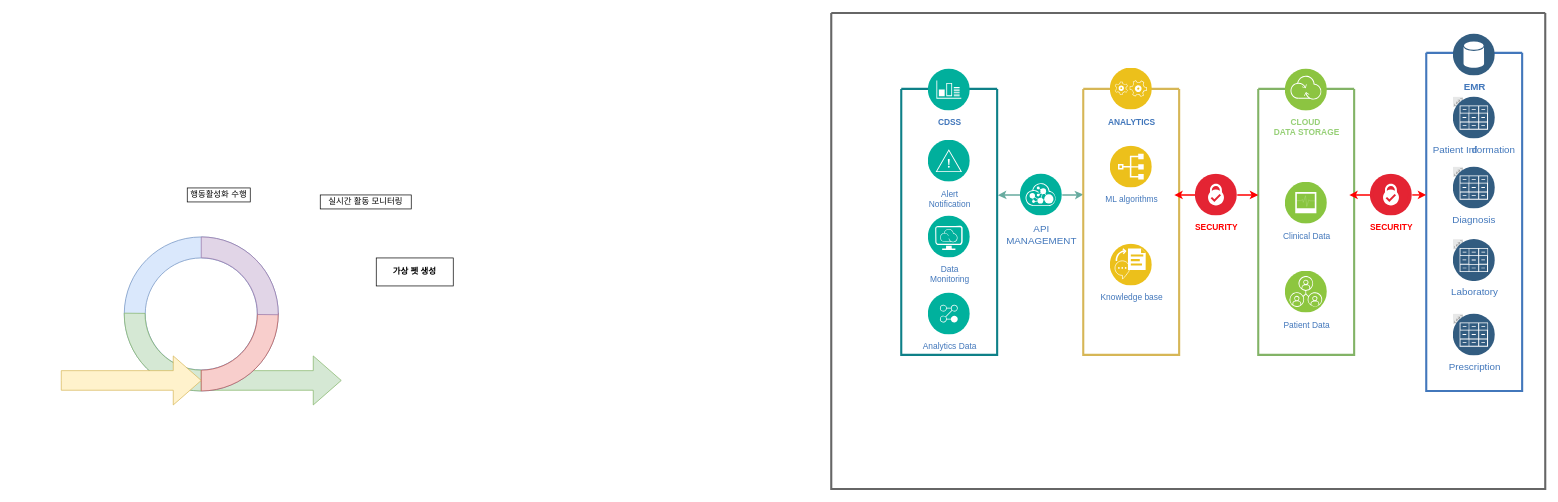
The draw.io diagram 제목 없는 다이어그램.drawio in menomik1011/testowl, before the edit. Source tidied: cells renumbered, new cells numbered last; positions are measured from the earlier drawing's top-left corner, leaving out a move shared by most shapes. Both pictures are drawn from the tidied source at 70%, with x=0, y=0 at pixel (61, 13).
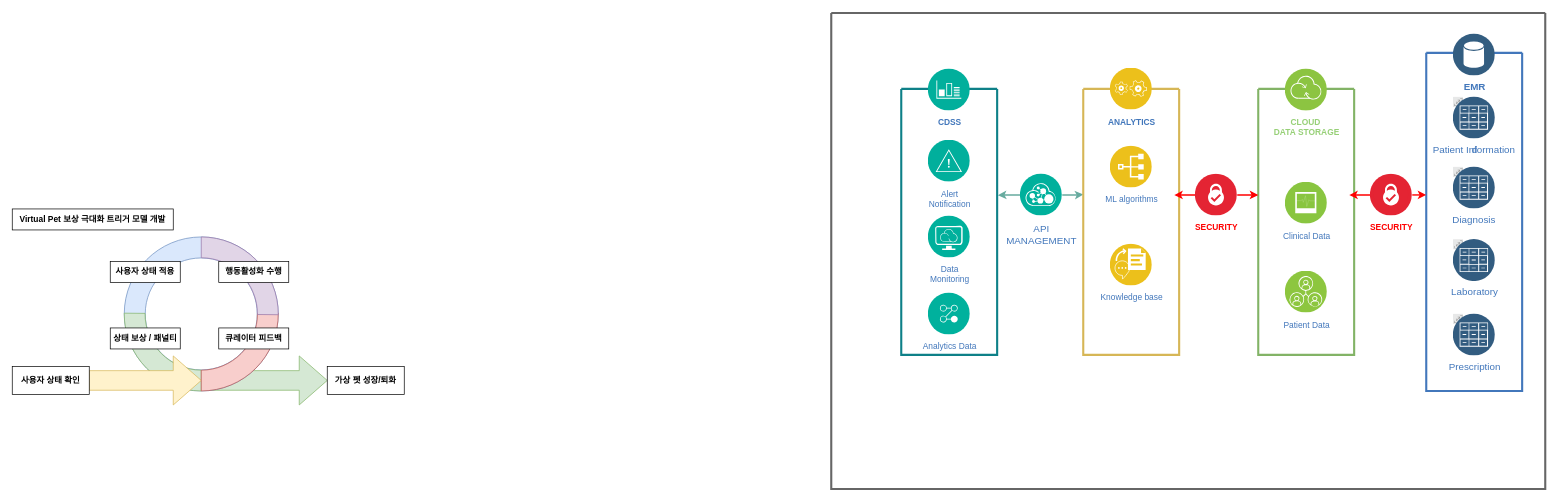
The same diagram, later.

Commit message:
제목 없는 다이어그램.drawio 업데이트

The edit, as a diff of the source:
```diff
@@
     <mxCell id="2" style="html=1;shadow=0;dashed=0;align=center;verticalAlign=middle;shape=mxgraph.arrows2.arrow;dy=0.6;dx=40;notch=0;fillColor=#d5e8d4;strokeColor=#82b366;" parent="1" vertex="1">
-      <mxGeometry x="200" y="490" width="200" height="70" as="geometry" />
+      <mxGeometry x="200" y="490" width="180" height="70" as="geometry" />
     </mxCell>
@@
     <mxCell id="42" style="html=1;shadow=0;dashed=0;align=center;verticalAlign=middle;shape=mxgraph.arrows2.arrow;dy=0.6;dx=40;notch=0;fillColor=#fff2cc;strokeColor=#d6b656;" parent="1" vertex="1">
-      <mxGeometry y="490" width="200" height="70" as="geometry" />
+      <mxGeometry x="40" y="490" width="160" height="70" as="geometry" />
     </mxCell>
@@
-    <mxCell id="44" value="행동활성화 수행" style="rounded=0;whiteSpace=wrap;html=1;" parent="1" vertex="1">
-      <mxGeometry x="180" y="250" width="90" height="20" as="geometry" />
+    <mxCell id="44" value="가상 펫 성장/퇴화" style="rounded=0;whiteSpace=wrap;html=1;fontStyle=1;" parent="1" vertex="1">
+      <mxGeometry x="380" y="505" width="110" height="40" as="geometry" />
     </mxCell>
-    <mxCell id="45" value="가상 펫 생성" style="rounded=0;whiteSpace=wrap;html=1;fontStyle=1;" parent="1" vertex="1">
-      <mxGeometry x="450" y="350" width="110" height="40" as="geometry" />
+    <mxCell id="45" value="사용자 상태 확인" style="rounded=0;whiteSpace=wrap;html=1;fontStyle=1;" parent="1" vertex="1">
+      <mxGeometry x="-70" y="505" width="110" height="40" as="geometry" />
     </mxCell>
-    <mxCell id="46" value="실시간 활동 모니터링" style="rounded=0;whiteSpace=wrap;html=1;" parent="1" vertex="1">
-      <mxGeometry x="370" y="260" width="130" height="20" as="geometry" />
-    </mxCell>
@@
+    <mxCell id="48" value="Virtual Pet 보상 극대화 트리거 모델 개발" style="rounded=0;whiteSpace=wrap;html=1;fontStyle=1;" parent="1" vertex="1">
+      <mxGeometry x="-70" y="280" width="230" height="30" as="geometry" />
+    </mxCell>
+    <mxCell id="49" value="큐레이터 피드백" style="rounded=0;whiteSpace=wrap;html=1;fontStyle=1;" parent="1" vertex="1">
+      <mxGeometry x="225" y="450" width="100" height="30" as="geometry" />
+    </mxCell>
+    <mxCell id="50" value="행동활성화 수행" style="rounded=0;whiteSpace=wrap;html=1;fontStyle=1;" parent="1" vertex="1">
+      <mxGeometry x="225" y="355" width="100" height="30" as="geometry" />
+    </mxCell>
+    <mxCell id="51" value="사용자 상태 적용" style="rounded=0;whiteSpace=wrap;html=1;fontStyle=1;" parent="1" vertex="1">
+      <mxGeometry x="70" y="355" width="100" height="30" as="geometry" />
+    </mxCell>
+    <mxCell id="52" value="상태 보상 / 패널티" style="rounded=0;whiteSpace=wrap;html=1;fontStyle=1;" parent="1" vertex="1">
+      <mxGeometry x="70" y="450" width="100" height="30" as="geometry" />
+    </mxCell>
```
